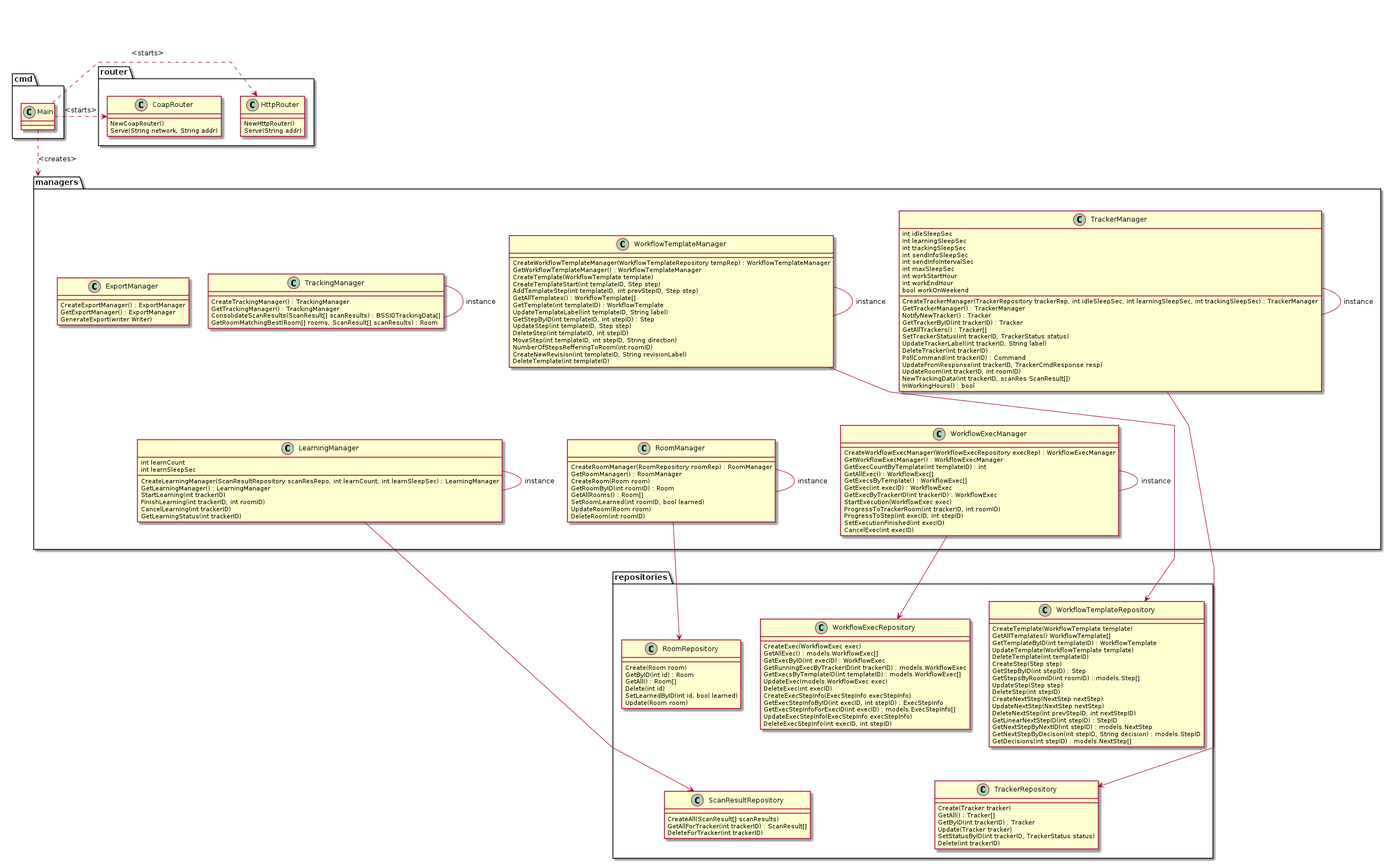
Above: paper/images/server_architecture.png in glidingthroughspace/paper-tracker (PlantUML), before the change.
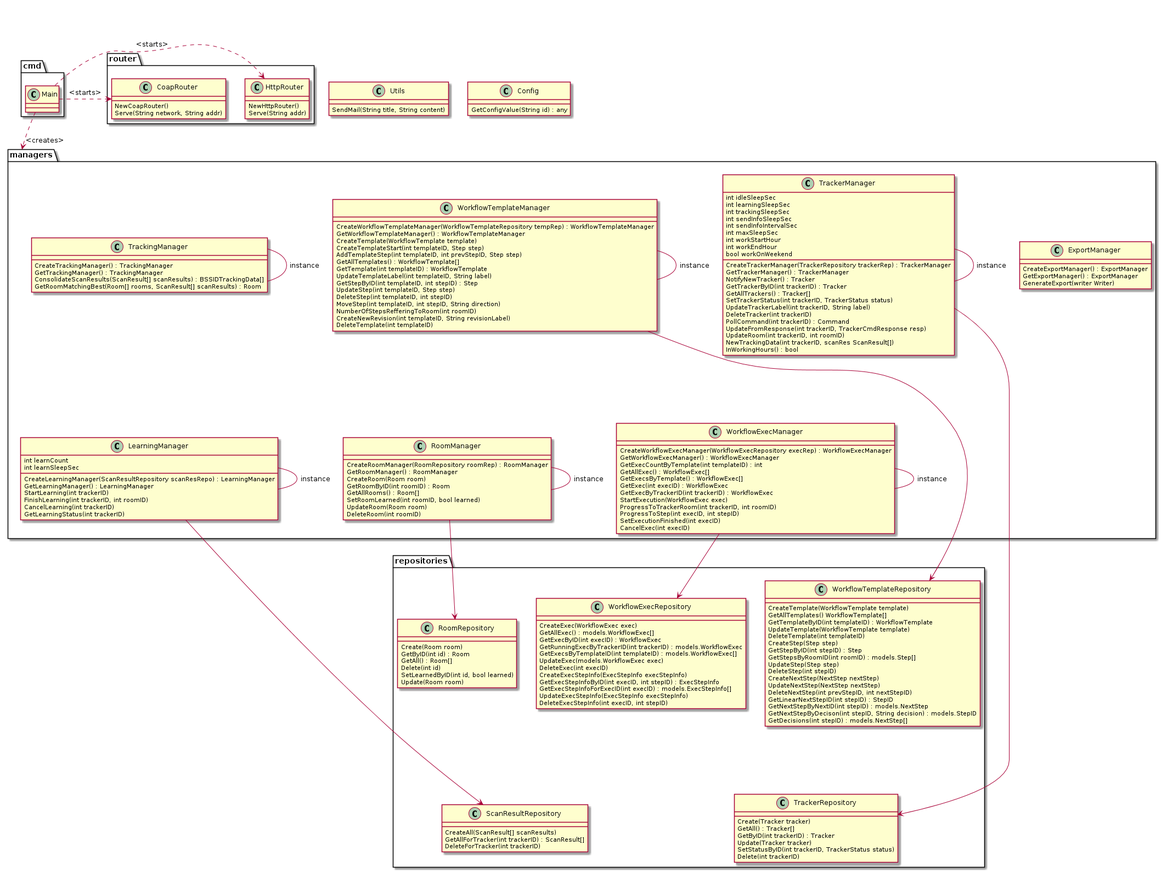
The same file after the commit.

Commit message:
Paper: Update diagrams

The edit, as a diff of the source:
```diff
@@ -1,6 +1,4 @@
 @startuml
-skinparam linetype polyline
-
 package cmd {
   class Main {
   }
@@ -18,12 +16,20 @@
   }
 }
 
+class Utils {
+  SendMail(String title, String content)
+}
+
+class Config {
+  GetConfigValue(String id) : any
+}
+
 package managers {
   class LearningManager {
     int learnCount
     int learnSleepSec
 
-    CreateLearningManager(ScanResultRepository scanResRepo, int learnCount, int learnSleepSec) : LearningManager
+    CreateLearningManager(ScanResultRepository scanResRepo) : LearningManager
     GetLearningManager() : LearningManager
     StartLearning(int trackerID)
     FinishLearning(int trackerID, int roomID)
@@ -53,7 +59,7 @@
     int workEndHour
     bool workOnWeekend
 
-    CreateTrackerManager(TrackerRepository trackerRep, int idleSleepSec, int learningSleepSec, int trackingSleepSec) : TrackerManager
+    CreateTrackerManager(TrackerRepository trackerRep) : TrackerManager
     GetTrackerManager() : TrackerManager
     NotifyNewTracker() : Tracker
     GetTrackerByID(int trackerID) : Tracker
@@ -194,6 +200,8 @@
 Main .> HttpRouter : <starts>
 Main .> CoapRouter : <starts>
 
+Main -[hidden]- ExportManager
+
 WorkflowTemplateManager -[hidden]- RoomManager
 TrackingManager -[hidden]- LearningManager
 TrackerManager -[hidden]- WorkflowExecManager
```
